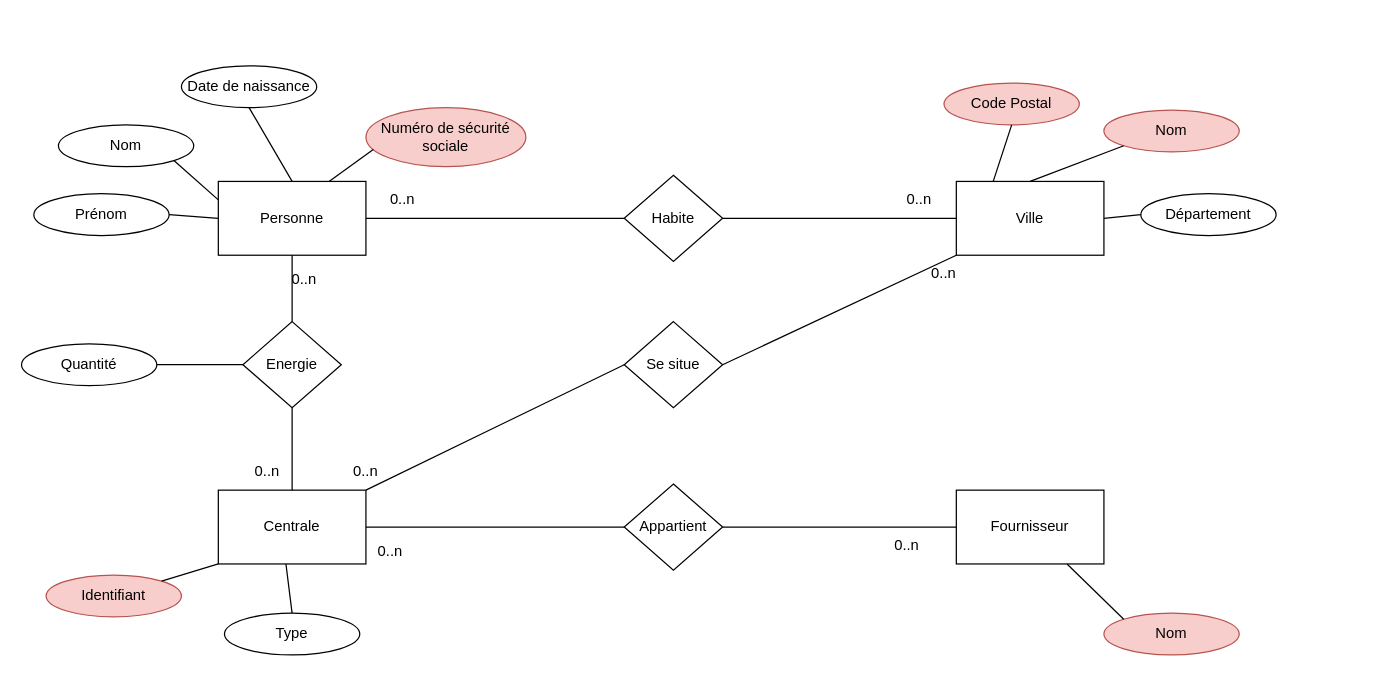
Before: Diagramme sans nom.drawio in FlagHunter01/school-database, a draw.io diagram. Source tidied: cells renumbered, new cells numbered last; positions are measured from the earlier drawing's top-left corner, leaving out a move shared by most shapes. Both pictures are drawn from the tidied source at 123%, with x=0, y=0 at pixel (21, 65).
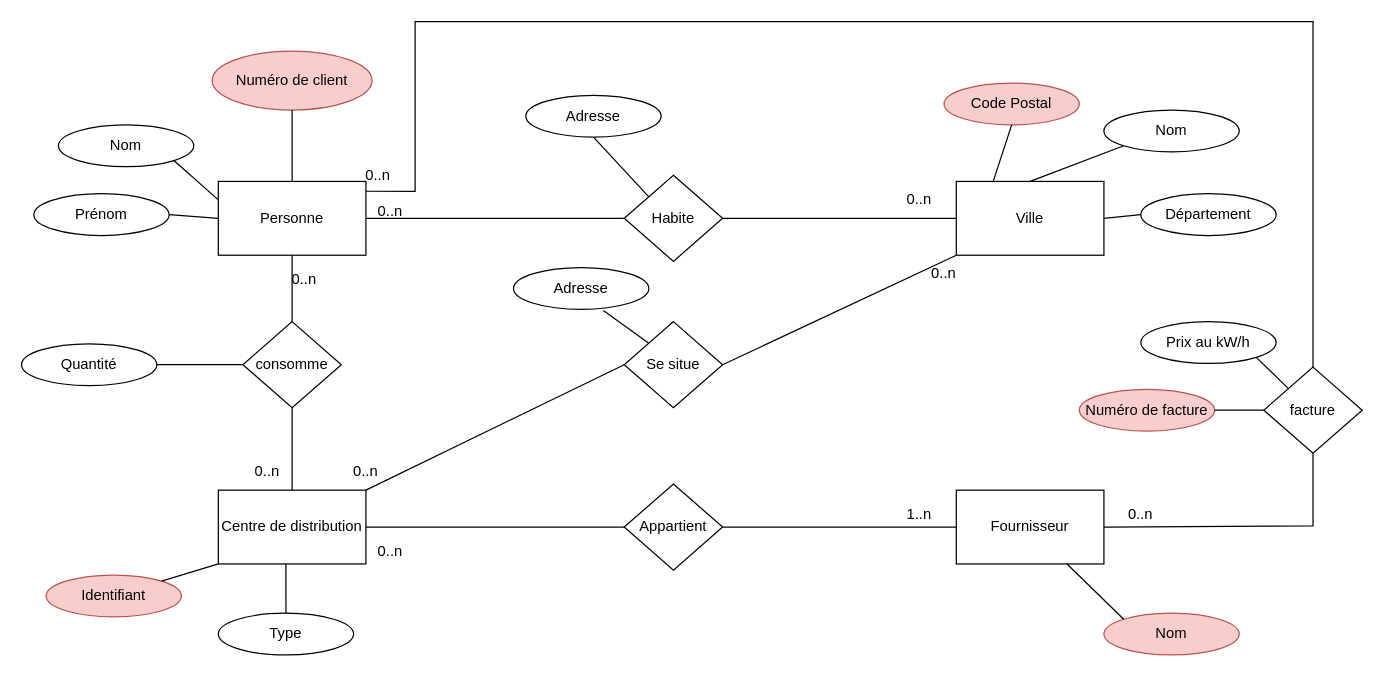
Above is the later version.

Commit message:
Mettre à jour Diagramme sans nom.drawio

The change refers to these unchanged cells:
```xml
<mxCell id="2" value="Personne" style="rounded=0;whiteSpace=wrap;html=1;" parent="1" vertex="1">
  <mxGeometry x="160" y="94" width="120" height="60" as="geometry" />
</mxCell>
<mxCell id="4" value="Fournisseur" style="rounded=0;whiteSpace=wrap;html=1;" parent="1" vertex="1">
  <mxGeometry x="760" y="345" width="120" height="60" as="geometry" />
</mxCell>
<mxCell id="15" value="Habite" style="rhombus;whiteSpace=wrap;html=1;" parent="1" vertex="1">
  <mxGeometry x="490" y="89" width="80" height="70" as="geometry" />
</mxCell>
<mxCell id="16" value="Se situe" style="rhombus;whiteSpace=wrap;html=1;" parent="1" vertex="1">
  <mxGeometry x="490" y="208" width="80" height="70" as="geometry" />
</mxCell>
```

Change to the diagram source:
```diff
@@
-    <mxCell id="5" value="Centrale" style="rounded=0;whiteSpace=wrap;html=1;" parent="1" vertex="1">
+    <mxCell id="5" value="Centre de distribution" style="rounded=0;whiteSpace=wrap;html=1;" parent="1" vertex="1">
       <mxGeometry x="160" y="345" width="120" height="60" as="geometry" />
     </mxCell>
@@
-    <mxCell id="8" value="Nom" style="ellipse;whiteSpace=wrap;html=1;fillColor=#f8cecc;strokeColor=#b85450;" parent="1" vertex="1">
+    <mxCell id="8" value="Nom" style="ellipse;whiteSpace=wrap;html=1;" parent="1" vertex="1">
       <mxGeometry x="880" y="36" width="110" height="34" as="geometry" />
     </mxCell>
@@
-    <mxCell id="10" value="Date de naissance" style="ellipse;whiteSpace=wrap;html=1;" parent="1" vertex="1">
-      <mxGeometry x="130" width="110" height="34" as="geometry" />
-    </mxCell>
@@
     <mxCell id="13" value="Type" style="ellipse;whiteSpace=wrap;html=1;" parent="1" vertex="1">
-      <mxGeometry x="165" y="445" width="110" height="34" as="geometry" />
+      <mxGeometry x="160" y="445" width="110" height="34" as="geometry" />
     </mxCell>
@@
-    <mxCell id="26" style="endArrow=none;html=1;rounded=0;entryX=0.5;entryY=0;entryDx=0;entryDy=0;exitX=0.5;exitY=1;exitDx=0;exitDy=0;" parent="1" edge="1" source="10" target="2">
-      <mxGeometry relative="1" as="geometry" />
-    </mxCell>
@@
-    <mxCell id="31" value="Energie" style="rhombus;whiteSpace=wrap;html=1;" parent="1" vertex="1">
+    <mxCell id="31" value="consomme" style="rhombus;whiteSpace=wrap;html=1;" parent="1" vertex="1">
       <mxGeometry x="180" y="208" width="80" height="70" as="geometry" />
     </mxCell>
@@
-    <mxCell id="35" value="0..n" style="text;html=1;strokeColor=none;fillColor=none;align=center;verticalAlign=middle;whiteSpace=wrap;rounded=0;" parent="1" vertex="1">
-      <mxGeometry x="690" y="375" width="60" height="30" as="geometry" />
+    <mxCell id="35" value="1..n" style="text;html=1;strokeColor=none;fillColor=none;align=center;verticalAlign=middle;whiteSpace=wrap;rounded=0;" parent="1" vertex="1">
+      <mxGeometry x="700" y="350" width="60" height="30" as="geometry" />
     </mxCell>
@@
     <mxCell id="40" value="0..n" style="text;html=1;strokeColor=none;fillColor=none;align=center;verticalAlign=middle;whiteSpace=wrap;rounded=0;" parent="1" vertex="1">
-      <mxGeometry x="280" y="94" width="60" height="30" as="geometry" />
+      <mxGeometry x="270" y="104" width="60" height="30" as="geometry" />
     </mxCell>
@@
-    <mxCell id="44" value="Numéro de sécurité sociale" style="ellipse;whiteSpace=wrap;html=1;fillColor=#f8cecc;strokeColor=#b85450;" parent="1" vertex="1">
-      <mxGeometry x="280" y="34" width="130" height="48" as="geometry" />
+    <mxCell id="44" value="Numéro de client" style="ellipse;whiteSpace=wrap;html=1;fillColor=#f8cecc;strokeColor=#b85450;" parent="1" vertex="1">
+      <mxGeometry x="155" y="-12" width="130" height="48" as="geometry" />
     </mxCell>
-    <mxCell id="45" style="endArrow=none;html=1;rounded=0;entryX=0.75;entryY=0;entryDx=0;entryDy=0;exitX=0.046;exitY=0.708;exitDx=0;exitDy=0;exitPerimeter=0;" parent="1" edge="1" source="44" target="2">
+    <mxCell id="45" style="endArrow=none;html=1;rounded=0;entryX=0.5;entryY=0;entryDx=0;entryDy=0;exitX=0.5;exitY=1;exitDx=0;exitDy=0;" parent="1" edge="1" source="44" target="2">
       <mxGeometry relative="1" as="geometry" />
     </mxCell>
@@
+    <mxCell id="48" value="facture" style="rhombus;whiteSpace=wrap;html=1;" parent="1" vertex="1">
+      <mxGeometry x="1010" y="245" width="80" height="70" as="geometry" />
+    </mxCell>
+    <mxCell id="49" style="endArrow=none;html=1;rounded=0;entryX=1;entryY=0.133;entryDx=0;entryDy=0;exitX=0.5;exitY=0;exitDx=0;exitDy=0;entryPerimeter=0;" parent="1" edge="1" source="48" target="2">
+      <mxGeometry relative="1" as="geometry">
+        <Array as="points">
+          <mxPoint x="1050" y="-36" />
+          <mxPoint x="320" y="-36" />
+          <mxPoint x="320" y="102" />
+        </Array>
+      </mxGeometry>
+    </mxCell>
+    <mxCell id="50" style="endArrow=none;html=1;rounded=0;entryX=0.5;entryY=1;entryDx=0;entryDy=0;exitX=1;exitY=0.5;exitDx=0;exitDy=0;" parent="1" edge="1" source="4" target="48">
+      <mxGeometry relative="1" as="geometry">
+        <Array as="points">
+          <mxPoint x="1050" y="374" />
+        </Array>
+      </mxGeometry>
+    </mxCell>
+    <mxCell id="51" style="endArrow=none;html=1;rounded=0;entryX=0;entryY=0;entryDx=0;entryDy=0;exitX=1;exitY=1;exitDx=0;exitDy=0;" parent="1" edge="1" source="52" target="48">
+      <mxGeometry relative="1" as="geometry" />
+    </mxCell>
+    <mxCell id="52" value="Prix au kW/h" style="ellipse;whiteSpace=wrap;html=1;" parent="1" vertex="1">
+      <mxGeometry x="910" y="208" width="110" height="34" as="geometry" />
+    </mxCell>
+    <mxCell id="53" value="0..n" style="text;html=1;strokeColor=none;fillColor=none;align=center;verticalAlign=middle;whiteSpace=wrap;rounded=0;" parent="1" vertex="1">
+      <mxGeometry x="260" y="74" width="60" height="30" as="geometry" />
+    </mxCell>
+    <mxCell id="54" value="0..n" style="text;html=1;strokeColor=none;fillColor=none;align=center;verticalAlign=middle;whiteSpace=wrap;rounded=0;" parent="1" vertex="1">
+      <mxGeometry x="880" y="350" width="60" height="30" as="geometry" />
+    </mxCell>
+    <mxCell id="55" value="Numéro de facture" style="ellipse;whiteSpace=wrap;html=1;fillColor=#f8cecc;strokeColor=#b85450;" parent="1" vertex="1">
+      <mxGeometry x="860" y="263" width="110" height="34" as="geometry" />
+    </mxCell>
+    <mxCell id="56" style="endArrow=none;html=1;rounded=0;entryX=0;entryY=0.5;entryDx=0;entryDy=0;exitX=1;exitY=0.5;exitDx=0;exitDy=0;" parent="1" edge="1" source="55" target="48">
+      <mxGeometry relative="1" as="geometry" />
+    </mxCell>
+    <mxCell id="57" value="Adresse" style="ellipse;whiteSpace=wrap;html=1;" parent="1" vertex="1">
+      <mxGeometry x="410" y="24" width="110" height="34" as="geometry" />
+    </mxCell>
+    <mxCell id="58" style="endArrow=none;html=1;rounded=0;entryX=0.5;entryY=1;entryDx=0;entryDy=0;exitX=0;exitY=0;exitDx=0;exitDy=0;" parent="1" edge="1" source="15" target="57">
+      <mxGeometry relative="1" as="geometry" />
+    </mxCell>
+    <mxCell id="59" value="Adresse" style="ellipse;whiteSpace=wrap;html=1;" parent="1" vertex="1">
+      <mxGeometry x="400" y="164" width="110" height="34" as="geometry" />
+    </mxCell>
+    <mxCell id="60" style="endArrow=none;html=1;rounded=0;entryX=0.664;entryY=1.029;entryDx=0;entryDy=0;exitX=0;exitY=0;exitDx=0;exitDy=0;entryPerimeter=0;" parent="1" edge="1" source="16" target="59">
+      <mxGeometry relative="1" as="geometry" />
+    </mxCell>
```
